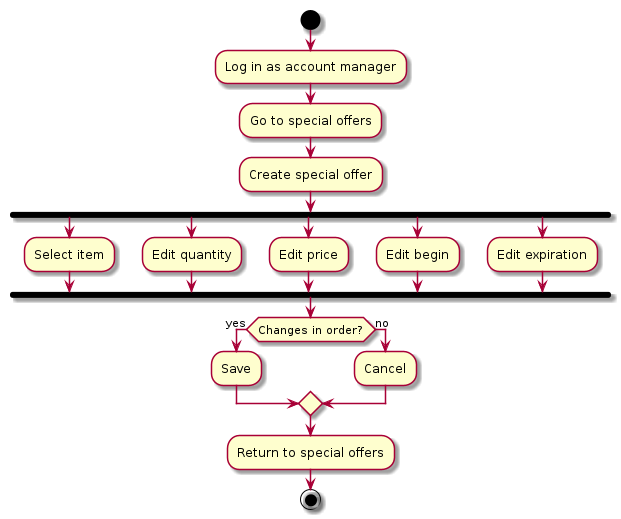
Above: docs/special-offer.png in tflm91/CRM-System (PlantUML), before the change.
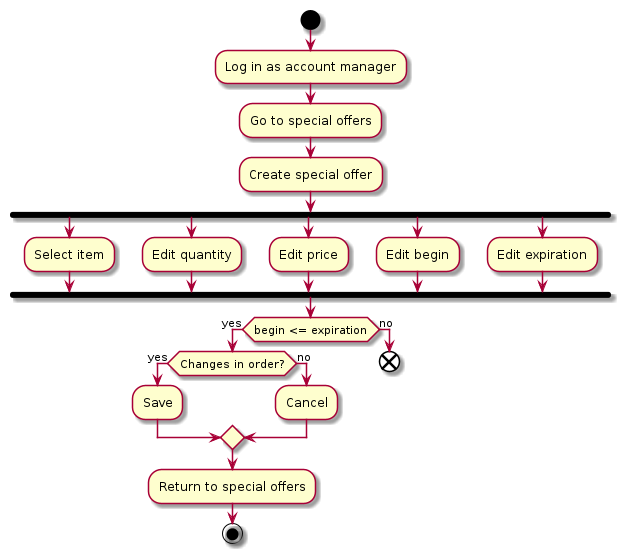
After the commit.

What changed in the source:
```diff
@@ -15,12 +15,15 @@
 fork again
     :Edit expiration;
 end fork
-if (Changes in order?) then (yes)
-    :Save;
+if(begin <= expiration) then (yes)
+    if (Changes in order?) then (yes)
+        :Save;
+    else (no)
+        :Cancel;
+    endif
+    :Return to special offers;
+    stop
 else (no)
-    :Cancel;
-endif
-:Return to special offers;
-stop
+    end
 
 @enduml
```
